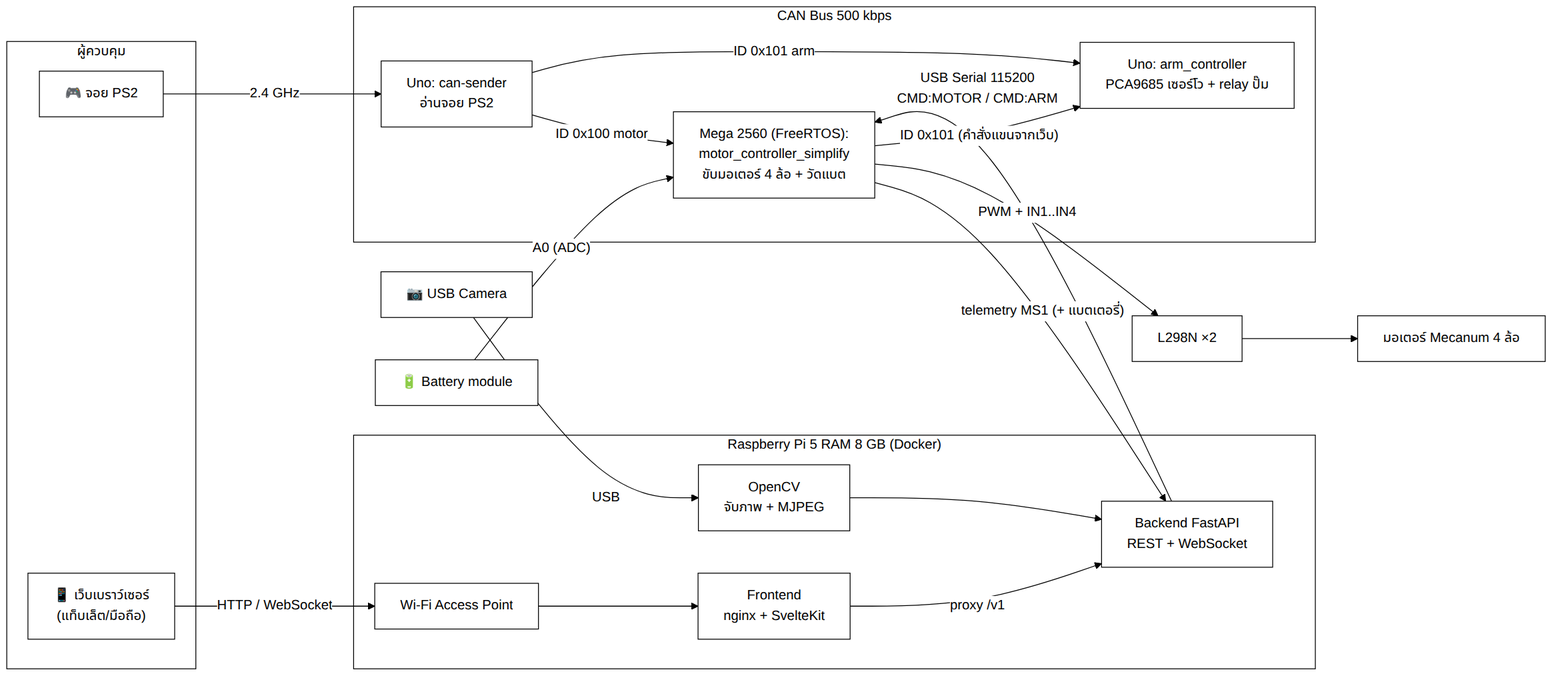
SaktanuthPeak/durian-bot keeps this Mermaid diagram as docs/images/2-1-system-architecture.png. Above is the earlier version. Its source is kept beside it as docs/diagrams/2-1-system-architecture.mmd.
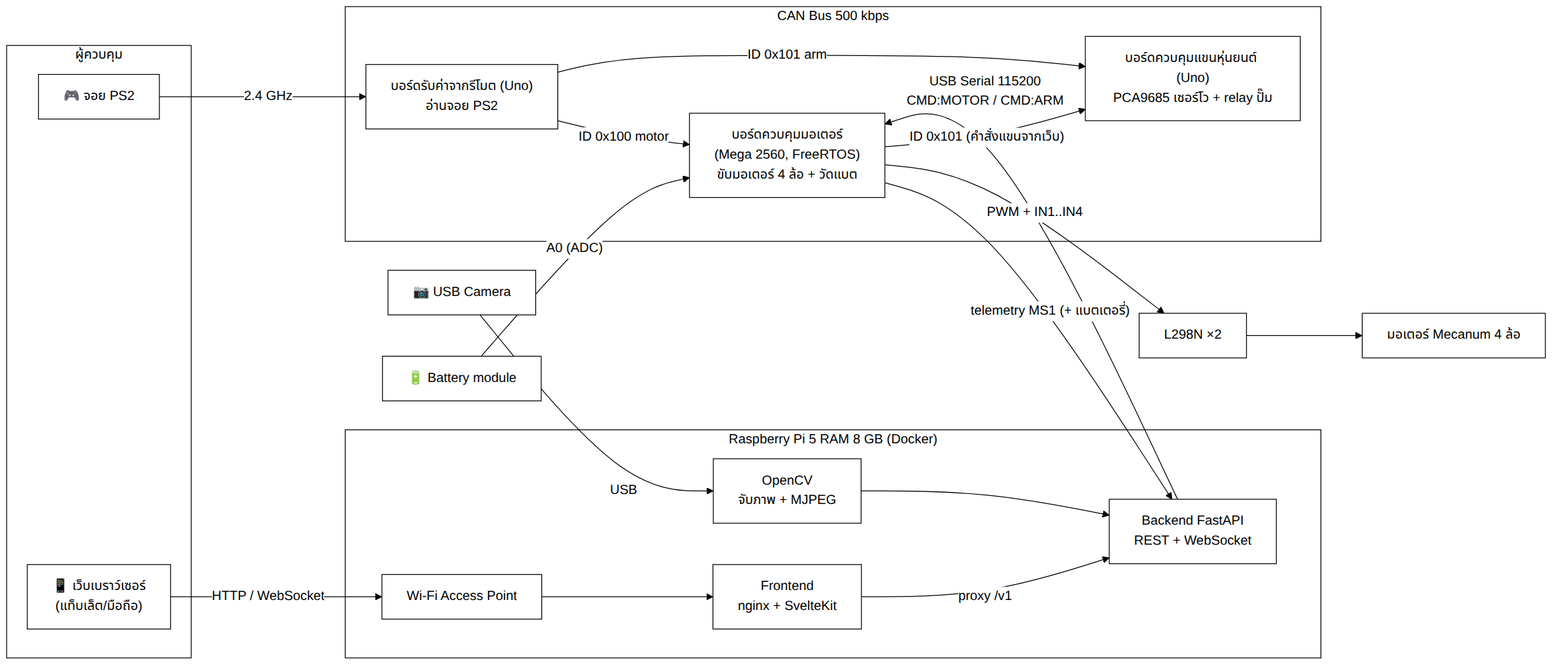
After the change.

The edit, as a diff of the source:
```diff
@@ -15,9 +15,9 @@
     CAM["📷 USB Camera"]
 
     subgraph CAN["CAN Bus 500 kbps"]
-        SENDER["Uno: can-sender<br/>อ่านจอย PS2"]
-        MEGA["Mega 2560 (FreeRTOS):<br/>motor_controller_simplify<br/>ขับมอเตอร์ 4 ล้อ + วัดแบต"]
-        ARM["Uno: arm_controller<br/>PCA9685 เซอร์โว + relay ปั๊ม"]
+        SENDER["บอร์ดรับค่าจากรีโมต (Uno)<br/>อ่านจอย PS2"]
+        MEGA["บอร์ดควบคุมมอเตอร์<br/>(Mega 2560, FreeRTOS)<br/>ขับมอเตอร์ 4 ล้อ + วัดแบต"]
+        ARM["บอร์ดควบคุมแขนหุ่นยนต์ (Uno)<br/>PCA9685 เซอร์โว + relay ปั๊ม"]
     end
 
     PS2 -- "2.4 GHz" --> SENDER
```
